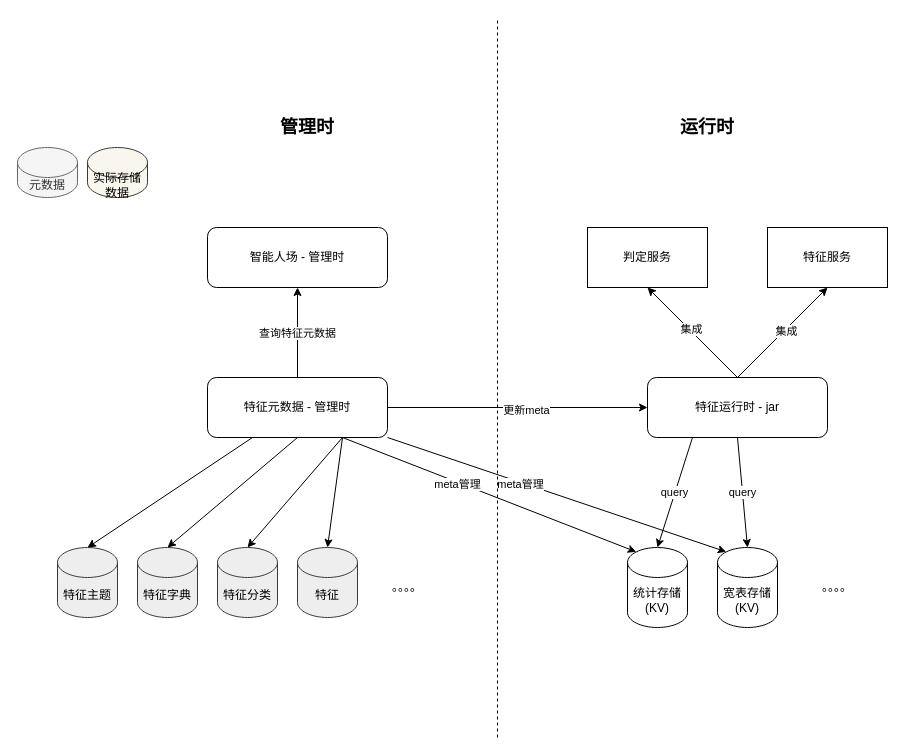
The draw.io diagram feature_infra_layer.drawio in learn2Pro/draw_io_save, before the edit. Source tidied: cells renumbered, new cells numbered last; positions are measured from the earlier drawing's top-left corner, leaving out a move shared by most shapes. Both pictures are drawn from the tidied source at 100%, with x=0, y=0 at pixel (17, 17).
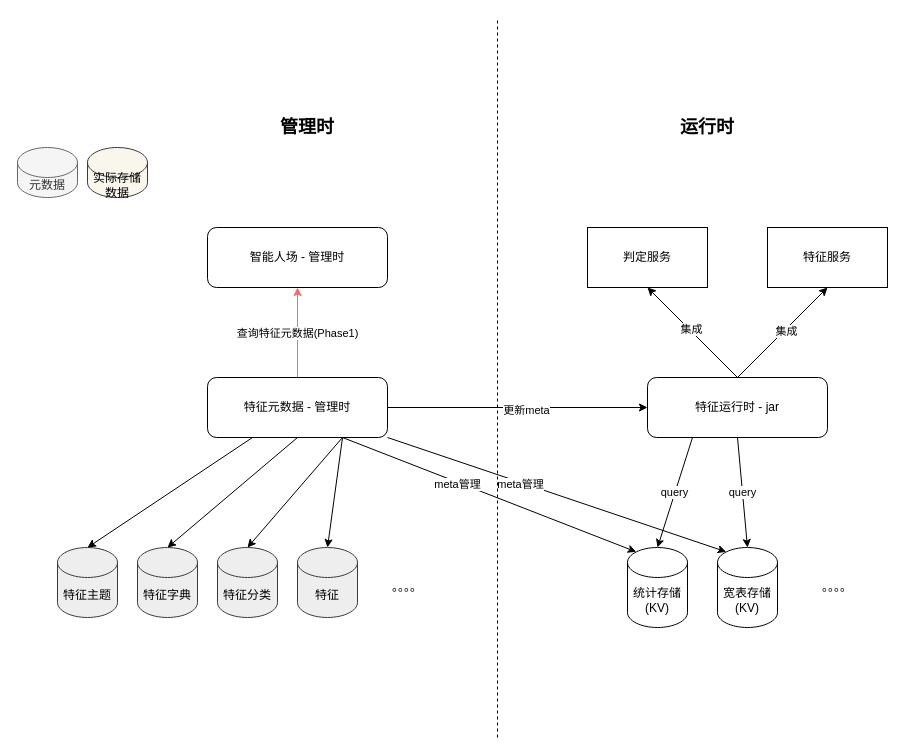
Above is the later version.

Unchanged cells that the change refers to:
```xml
<mxCell id="14" value="特征元数据 - 管理时" style="rounded=1;whiteSpace=wrap;html=1;" parent="1" vertex="1">
  <mxGeometry x="190" y="360" width="180" height="60" as="geometry" />
</mxCell>
<mxCell id="19" value="智能人场 - 管理时" style="rounded=1;whiteSpace=wrap;html=1;" parent="1" vertex="1">
  <mxGeometry x="190" y="210" width="180" height="60" as="geometry" />
</mxCell>
```

The edit, as a diff of the source:
```diff
@@
-    <mxCell id="12" style="edgeStyle=orthogonalEdgeStyle;rounded=0;jettySize=auto;html=1;" parent="1" edge="1" source="14" target="19">
+    <mxCell id="12" style="edgeStyle=orthogonalEdgeStyle;rounded=0;jettySize=auto;html=1;fillColor=#f9f7ed;strokeColor=#FF6666;" parent="1" edge="1" source="14" target="19">
       <mxGeometry relative="1" as="geometry" />
     </mxCell>
-    <mxCell id="13" value="查询特征元数据" style="edgeLabel;html=1;align=center;verticalAlign=middle;" parent="12" vertex="1">
+    <mxCell id="13" value="查询特征元数据(Phase1)" style="edgeLabel;html=1;align=center;verticalAlign=middle;" parent="12" vertex="1">
       <mxGeometry y="1" relative="1" as="geometry" />
     </mxCell>
```
